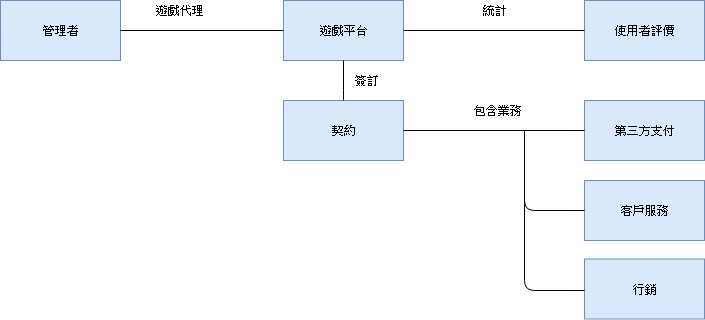
This is 初步類別圖1.png from 0624036/0624036_OO, a draw.io export, as it was before one commit. Source tidied: cells renumbered, new cells last; positions are measured from the earlier drawing's top-left corner, leaving out a move shared by most shapes.
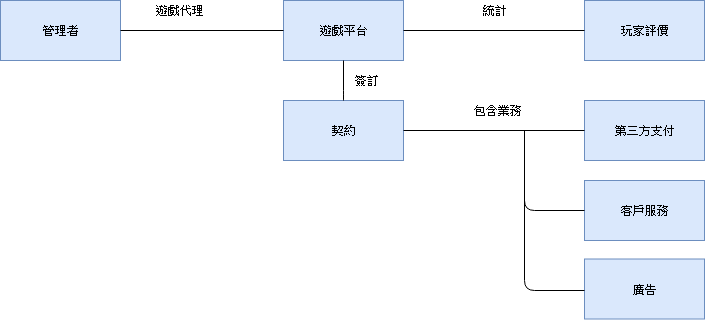
Above is the later version.

Commit message:
Added 初步類別圖1.png

The edit, as a diff of the source:
```diff
@@ -8,10 +8,10 @@
     <mxCell id="3" value="遊戲平台" style="rounded=0;whiteSpace=wrap;html=1;fillColor=#dae8fc;strokeColor=#6c8ebf;" parent="1" vertex="1">
       <mxGeometry x="283" width="120" height="60" as="geometry" />
     </mxCell>
-    <mxCell id="4" value="行銷" style="rounded=0;whiteSpace=wrap;html=1;fillColor=#dae8fc;strokeColor=#6c8ebf;" parent="1" vertex="1">
+    <mxCell id="4" value="廣告" style="rounded=0;whiteSpace=wrap;html=1;fillColor=#dae8fc;strokeColor=#6c8ebf;" parent="1" vertex="1">
       <mxGeometry x="584" y="258.5" width="120" height="60" as="geometry" />
     </mxCell>
-    <mxCell id="5" value="使用者評價" style="rounded=0;whiteSpace=wrap;html=1;fillColor=#dae8fc;strokeColor=#6c8ebf;" parent="1" vertex="1">
+    <mxCell id="5" value="玩家評價" style="rounded=0;whiteSpace=wrap;html=1;fillColor=#dae8fc;strokeColor=#6c8ebf;" parent="1" vertex="1">
       <mxGeometry x="584" width="120" height="60" as="geometry" />
     </mxCell>
     <mxCell id="6" style="endArrow=none;html=1;exitX=1;exitY=0.5;exitDx=0;exitDy=0;entryX=0;entryY=0.5;entryDx=0;entryDy=0;" parent="1" edge="1" source="2" target="3">
```
